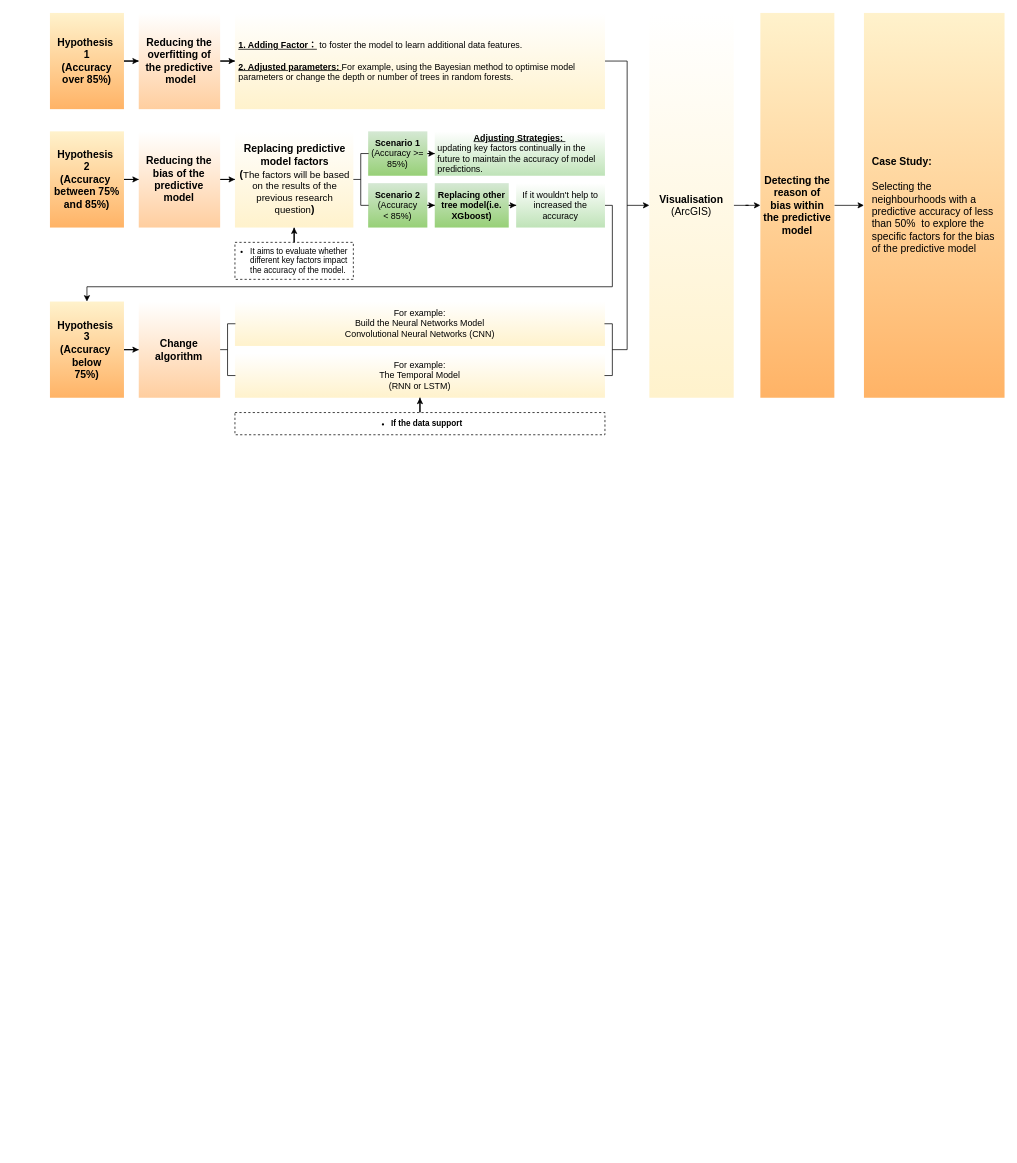
Earlier version of the draw.io diagram proposal.drawio (CindyZ123/case_test). Source tidied: cells renumbered, new cells numbered last; positions are measured from the earlier drawing's top-left corner, leaving out a move shared by most shapes. Both pictures are drawn from the tidied source at 74%, with x=0, y=0 at pixel (50, 13).
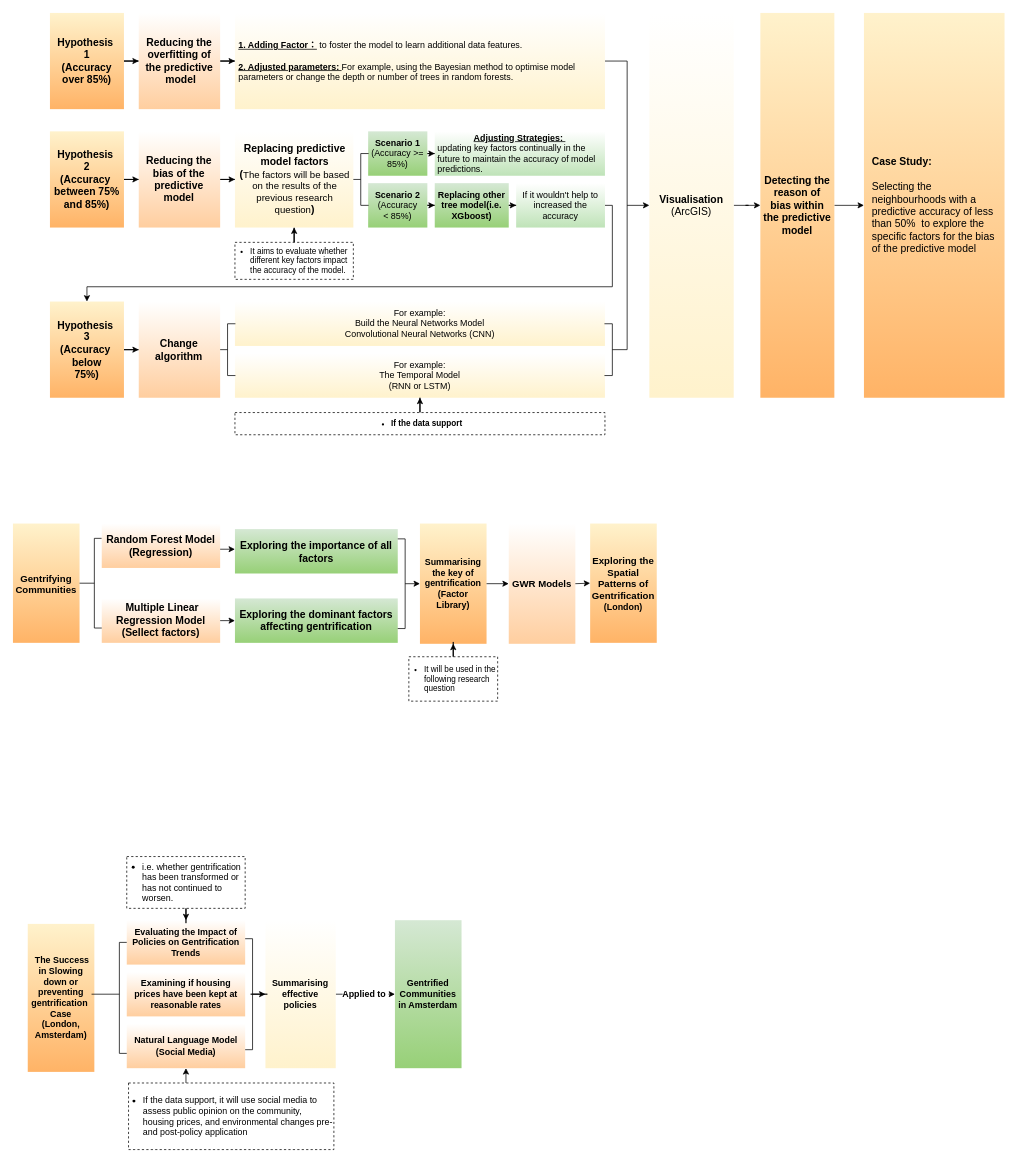
After the change.

The edit, as a diff of the source:
```diff
@@
+    <mxCell id="43" value="&lt;font style=&quot;&quot;&gt;&lt;b style=&quot;border-color: var(--border-color); font-size: 13px;&quot;&gt;&lt;br style=&quot;border-color: var(--border-color);&quot;&gt;Gentrifying Communities&lt;br style=&quot;border-color: var(--border-color);&quot;&gt;&lt;/b&gt;&lt;br&gt;&lt;/font&gt;" style="rounded=0;whiteSpace=wrap;html=1;fillColor=#fff2cc;strokeColor=none;gradientColor=#FFB366;" parent="1" vertex="1">
+      <mxGeometry x="-50" y="690" width="90" height="161.2" as="geometry" />
+    </mxCell>
+    <mxCell id="44" value="&lt;font style=&quot;font-size: 14px;&quot;&gt;&lt;b style=&quot;&quot;&gt;&amp;nbsp;M&lt;/b&gt;&lt;b&gt;ultiple Linear&lt;/b&gt;&lt;br&gt;&lt;b style=&quot;&quot;&gt;Regression Model&lt;br&gt;&lt;/b&gt;&lt;b style=&quot;border-color: var(--border-color);&quot;&gt;(Sellect factors)&lt;/b&gt;&lt;b style=&quot;&quot;&gt;&lt;br&gt;&lt;/b&gt;&lt;/font&gt;" style="whiteSpace=wrap;html=1;fillColor=#FFFFFF;strokeColor=none;rounded=0;gradientColor=#FFCE9F;" parent="1" vertex="1">
+      <mxGeometry x="70" y="791.2" width="160" height="60" as="geometry" />
+    </mxCell>
+    <mxCell id="45" style="strokeWidth=1;html=1;shape=mxgraph.flowchart.annotation_1;align=left;" parent="1" vertex="1">
+      <mxGeometry x="60" y="710" width="10" height="121.2" as="geometry" />
+    </mxCell>
+    <mxCell id="46" style="line;strokeWidth=1;html=1;" parent="1" vertex="1">
+      <mxGeometry x="40" y="765.6" width="20" height="10" as="geometry" />
+    </mxCell>
+    <mxCell id="47" value="&lt;b style=&quot;border-color: var(--border-color);&quot;&gt;&lt;font style=&quot;border-color: var(--border-color); font-size: 14px;&quot;&gt;Exploring the dominant factors affecting gentrification&lt;/font&gt;&lt;/b&gt;" style="rounded=0;whiteSpace=wrap;html=1;fillColor=#D5E8D4;strokeColor=none;gradientColor=#97D077;" parent="1" vertex="1">
+      <mxGeometry x="250" y="791.2" width="220" height="60" as="geometry" />
+    </mxCell>
+    <mxCell id="48" style="endArrow=classic;html=1;rounded=0;exitX=1;exitY=0.5;exitDx=0;exitDy=0;entryX=0;entryY=0.5;entryDx=0;entryDy=0;" parent="1" edge="1" source="44" target="47">
+      <mxGeometry relative="1" as="geometry" />
+    </mxCell>
+    <mxCell id="49" value="&lt;b&gt;&lt;font style=&quot;font-size: 13px;&quot;&gt;GWR Models&lt;/font&gt;&lt;/b&gt;" style="whiteSpace=wrap;html=1;fillColor=#FFFFFF;strokeColor=none;rounded=0;gradientColor=#FFCE9F;" parent="1" vertex="1">
+      <mxGeometry x="620" y="690" width="90" height="162.5" as="geometry" />
+    </mxCell>
+    <mxCell id="50" style="edgeStyle=orthogonalEdgeStyle;rounded=0;jettySize=auto;html=1;exitX=0;exitY=0.5;exitDx=0;exitDy=0;entryX=0;entryY=0.5;entryDx=0;entryDy=0;exitPerimeter=0;" parent="1" edge="1" source="58" target="54">
+      <mxGeometry relative="1" as="geometry" />
+    </mxCell>
+    <mxCell id="51" value="&lt;span style=&quot;font-size: 14px;&quot;&gt;&lt;b&gt;Random Forest Model&lt;br&gt;(Regression)&lt;br&gt;&lt;/b&gt;&lt;/span&gt;" style="whiteSpace=wrap;html=1;fillColor=#FFFFFF;strokeColor=none;rounded=0;gradientColor=#FFCE9F;" parent="1" vertex="1">
+      <mxGeometry x="70" y="690" width="160" height="60" as="geometry" />
+    </mxCell>
+    <mxCell id="52" value="&lt;span style=&quot;font-size: 14px;&quot;&gt;&lt;b&gt;Exploring the importance of all factors&lt;/b&gt;&lt;/span&gt;" style="rounded=0;whiteSpace=wrap;html=1;fillColor=#D5E8D4;strokeColor=none;gradientColor=#97D077;" parent="1" vertex="1">
+      <mxGeometry x="250" y="697.5" width="220" height="60" as="geometry" />
+    </mxCell>
+    <mxCell id="53" style="endArrow=classic;html=1;rounded=0;exitX=1;exitY=0.5;exitDx=0;exitDy=0;entryX=0;entryY=0.5;entryDx=0;entryDy=0;" parent="1" edge="1">
+      <mxGeometry relative="1" as="geometry">
+        <mxPoint x="230" y="724.7" as="sourcePoint" />
+        <mxPoint x="250" y="724.7" as="targetPoint" />
+      </mxGeometry>
+    </mxCell>
+    <mxCell id="54" value="&lt;font style=&quot;&quot;&gt;&lt;b&gt;Summarising the key of gentrification&lt;/b&gt;&lt;br&gt;&lt;/font&gt;&lt;div&gt;&lt;font style=&quot;&quot;&gt;&lt;b&gt;(F&lt;/b&gt;&lt;/font&gt;&lt;span style=&quot;background-color: initial;&quot;&gt;&lt;b&gt;actor Library&lt;/b&gt;&lt;/span&gt;&lt;b style=&quot;background-color: initial;&quot;&gt;)&lt;/b&gt;&lt;/div&gt;" style="rounded=0;whiteSpace=wrap;html=1;fillColor=#fff2cc;strokeColor=none;gradientColor=#FFB366;" parent="1" vertex="1">
+      <mxGeometry x="500" y="690" width="90" height="162.5" as="geometry" />
+    </mxCell>
+    <mxCell id="55" value="&lt;font style=&quot;&quot;&gt;&lt;b&gt;&lt;span style=&quot;border-color: var(--border-color);&quot;&gt;&lt;font style=&quot;border-color: var(--border-color); font-size: 13px;&quot;&gt;Exploring the Spatial Patterns of Gentrification&lt;br&gt;&lt;/font&gt;&lt;/span&gt;(London)&lt;/b&gt;&lt;br&gt;&lt;/font&gt;" style="rounded=0;whiteSpace=wrap;html=1;fillColor=#fff2cc;strokeColor=none;gradientColor=#FFB366;" parent="1" vertex="1">
+      <mxGeometry x="730" y="690" width="90" height="161.2" as="geometry" />
+    </mxCell>
+    <mxCell id="56" style="endArrow=classic;html=1;rounded=0;exitX=1;exitY=0.5;exitDx=0;exitDy=0;" parent="1" edge="1" source="54" target="49">
+      <mxGeometry relative="1" as="geometry" />
+    </mxCell>
+    <mxCell id="57" style="endArrow=classic;html=1;rounded=0;exitX=1;exitY=0.5;exitDx=0;exitDy=0;entryX=0;entryY=0.5;entryDx=0;entryDy=0;" parent="1" edge="1" source="49" target="55">
+      <mxGeometry relative="1" as="geometry" />
+    </mxCell>
+    <mxCell id="58" style="strokeWidth=1;html=1;shape=mxgraph.flowchart.annotation_1;align=left;direction=south;rotation=90;" parent="1" vertex="1">
+      <mxGeometry x="414.4" y="766.3" width="121.2" height="10" as="geometry" />
+    </mxCell>
+    <mxCell id="59" style="edgeStyle=orthogonalEdgeStyle;rounded=0;jettySize=auto;html=1;" parent="1" edge="1" source="60" target="54">
+      <mxGeometry relative="1" as="geometry" />
+    </mxCell>
+    <mxCell id="60" value="&lt;div style=&quot;font-size: 11px;&quot;&gt;&lt;ul style=&quot;font-size: 11px;&quot;&gt;&lt;li style=&quot;font-size: 11px;&quot;&gt;&lt;span style=&quot;font-size: 11px; font-weight: 400;&quot;&gt;It will be used in the following research question&lt;/span&gt;&lt;br style=&quot;font-size: 11px;&quot;&gt;&lt;/li&gt;&lt;/ul&gt;&lt;/div&gt;&lt;span style=&quot;font-size: 11px;&quot;&gt;&lt;/span&gt;" style="rounded=0;whiteSpace=wrap;html=1;align=left;dashed=1;spacingLeft=-21;fontStyle=1;fontSize=11;" parent="1" vertex="1">
+      <mxGeometry x="485" y="870" width="120" height="60" as="geometry" />
+    </mxCell>
+    <mxCell id="61" value="&lt;font style=&quot;&quot;&gt;&lt;b&gt;&amp;nbsp;The Success in Slowing down or preventing gentrification&amp;nbsp;&lt;/b&gt;&lt;/font&gt;&lt;div&gt;&lt;font style=&quot;&quot;&gt;&lt;b&gt;Case&lt;/b&gt;&lt;br&gt;&lt;b&gt;(London, Amsterdam)&lt;/b&gt;&lt;br&gt;&lt;/font&gt;&lt;/div&gt;" style="rounded=0;whiteSpace=wrap;html=1;fillColor=#fff2cc;strokeColor=none;gradientColor=#FFB366;" parent="1" vertex="1">
+      <mxGeometry x="-30" y="1231" width="90" height="200" as="geometry" />
+    </mxCell>
+    <mxCell id="62" value="&lt;b&gt;Evaluating the Impact of Policies on Gentrification Trends&lt;/b&gt;" style="whiteSpace=wrap;html=1;fillColor=#FFFFFF;strokeColor=none;rounded=0;gradientColor=#FFCE9F;" parent="1" vertex="1">
+      <mxGeometry x="103.8" y="1226" width="160" height="60" as="geometry" />
+    </mxCell>
+    <mxCell id="63" style="edgeStyle=orthogonalEdgeStyle;rounded=0;jettySize=auto;html=1;entryX=0.5;entryY=1;entryDx=0;entryDy=0;" parent="1" edge="1" target="64">
+      <mxGeometry relative="1" as="geometry">
+        <mxPoint x="173.8" y="1456" as="sourcePoint" />
+      </mxGeometry>
+    </mxCell>
+    <mxCell id="64" value="&lt;font style=&quot;&quot;&gt;&lt;b&gt;Natural Language Model&lt;br&gt;(Social Media)&lt;/b&gt;&lt;br&gt;&lt;/font&gt;" style="whiteSpace=wrap;html=1;fillColor=#FFFFFF;strokeColor=none;rounded=0;gradientColor=#FFCE9F;" parent="1" vertex="1">
+      <mxGeometry x="103.8" y="1366" width="160" height="60" as="geometry" />
+    </mxCell>
+    <mxCell id="65" value="&lt;div style=&quot;&quot;&gt;&lt;font style=&quot;font-size: 12px;&quot;&gt;&lt;b&gt;Examining if housing&lt;/b&gt;&lt;/font&gt;&lt;/div&gt;&lt;div style=&quot;&quot;&gt;&lt;font style=&quot;font-size: 12px;&quot;&gt;&lt;b&gt;prices have been kept at reasonable rates&lt;/b&gt;&lt;/font&gt;&lt;/div&gt;" style="whiteSpace=wrap;html=1;fillColor=#FFFFFF;strokeColor=none;rounded=0;gradientColor=#FFCE9F;" parent="1" vertex="1">
+      <mxGeometry x="103.8" y="1296" width="160" height="60" as="geometry" />
+    </mxCell>
+    <mxCell id="66" style="edgeStyle=orthogonalEdgeStyle;rounded=0;jettySize=auto;html=1;entryX=0.5;entryY=0;entryDx=0;entryDy=0;" parent="1" edge="1" source="67" target="62">
+      <mxGeometry relative="1" as="geometry" />
+    </mxCell>
+    <mxCell id="67" value="&lt;div style=&quot;&quot;&gt;&lt;ul&gt;&lt;li&gt;i.e. whether gentrification has been transformed or has not continued to worsen.&lt;br&gt;&lt;/li&gt;&lt;/ul&gt;&lt;/div&gt;&lt;span style=&quot;font-size: medium;&quot;&gt;&lt;/span&gt;" style="rounded=0;whiteSpace=wrap;html=1;align=left;dashed=1;spacingLeft=-21;" parent="1" vertex="1">
+      <mxGeometry x="103.8" y="1140" width="160" height="70" as="geometry" />
+    </mxCell>
+    <mxCell id="68" value="&lt;div style=&quot;&quot;&gt;&lt;ul&gt;&lt;li style=&quot;&quot;&gt;&lt;div style=&quot;text-align: left;&quot;&gt;&lt;span style=&quot;background-color: initial;&quot;&gt;If the data support,&amp;nbsp;&lt;/span&gt;&lt;span style=&quot;background-color: initial;&quot;&gt;it will use social media to assess public&amp;nbsp;&lt;/span&gt;&lt;span style=&quot;background-color: initial;&quot;&gt;opinion on the community, housing prices, and environmental changes pre-and post-&lt;/span&gt;&lt;span style=&quot;background-color: initial;&quot;&gt;policy application&lt;/span&gt;&lt;/div&gt;&lt;/li&gt;&lt;/ul&gt;&lt;/div&gt;" style="rounded=0;whiteSpace=wrap;html=1;align=center;dashed=1;spacingLeft=-21;" parent="1" vertex="1">
+      <mxGeometry x="106.2" y="1446" width="277.5" height="90" as="geometry" />
+    </mxCell>
+    <mxCell id="69" style="strokeWidth=1;html=1;shape=mxgraph.flowchart.annotation_1;align=left;" parent="1" vertex="1">
+      <mxGeometry x="93.8" y="1256" width="10" height="150" as="geometry" />
+    </mxCell>
+    <mxCell id="70" style="line;strokeWidth=1;html=1;" parent="1" vertex="1">
+      <mxGeometry x="56.2" y="1321" width="37.5" height="10" as="geometry" />
+    </mxCell>
+    <mxCell id="71" value="&lt;b&gt;Applied to&amp;nbsp;&lt;/b&gt;" style="edgeStyle=orthogonalEdgeStyle;rounded=0;jettySize=auto;html=1;fontFamily=Helvetica;fontSize=12;fontColor=default;" parent="1" edge="1" source="72" target="73">
+      <mxGeometry relative="1" as="geometry" />
+    </mxCell>
+    <mxCell id="72" value="&lt;b&gt;&lt;font style=&quot;font-size: 12px;&quot;&gt;Summarising effective policies&lt;/font&gt;&lt;/b&gt;" style="whiteSpace=wrap;html=1;fillColor=#FFFFFF;strokeColor=none;rounded=0;gradientColor=#FFF2CC;" parent="1" vertex="1">
+      <mxGeometry x="291.2" y="1226" width="95" height="200" as="geometry" />
+    </mxCell>
+    <mxCell id="73" value="&lt;b style=&quot;border-color: var(--border-color);&quot;&gt;&lt;font style=&quot;border-color: var(--border-color); font-size: 12px;&quot;&gt;Gentrified Communities in Amsterdam&lt;/font&gt;&lt;/b&gt;" style="rounded=0;whiteSpace=wrap;html=1;fillColor=#D5E8D4;strokeColor=none;gradientColor=#97D077;" parent="1" vertex="1">
+      <mxGeometry x="466.2" y="1226" width="90" height="200" as="geometry" />
+    </mxCell>
+    <mxCell id="74" style="edgeStyle=orthogonalEdgeStyle;rounded=0;jettySize=auto;html=1;fontFamily=Helvetica;fontSize=12;fontColor=default;" parent="1" edge="1" source="75" target="72">
+      <mxGeometry relative="1" as="geometry" />
+    </mxCell>
+    <mxCell id="75" style="strokeWidth=1;html=1;shape=mxgraph.flowchart.annotation_1;align=left;rotation=-180;" parent="1" vertex="1">
+      <mxGeometry x="263.8" y="1251" width="10" height="150" as="geometry" />
+    </mxCell>
```
